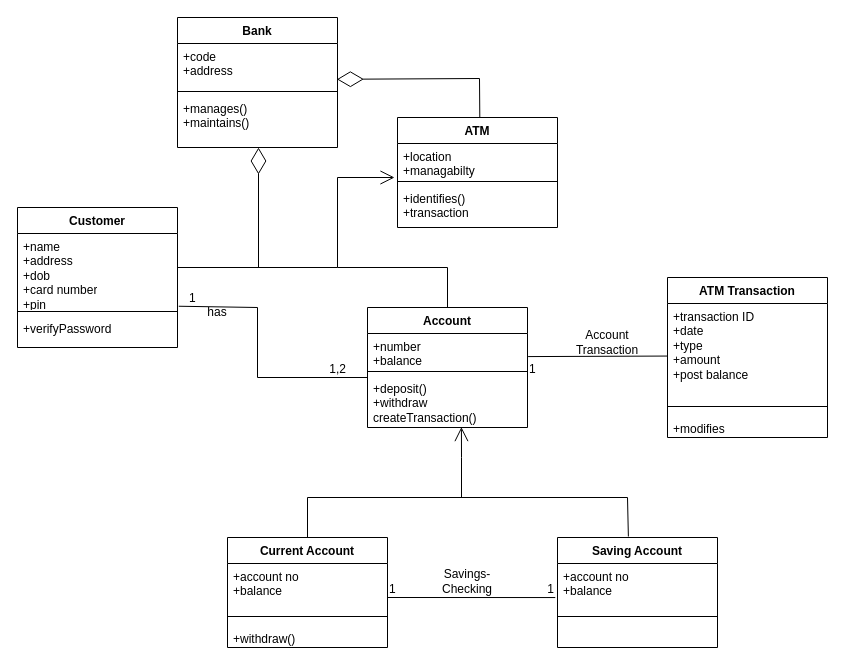
This is Untitled Diagram.drawio from DivyumKinger/12Cards, a draw.io file, before an edit. Source tidied: cells renumbered, new cells numbered last; positions are measured from the earlier drawing's top-left corner, leaving out a move shared by most shapes. Both pictures are drawn from the tidied source at 100%, with x=0, y=0 at pixel (17, 17).
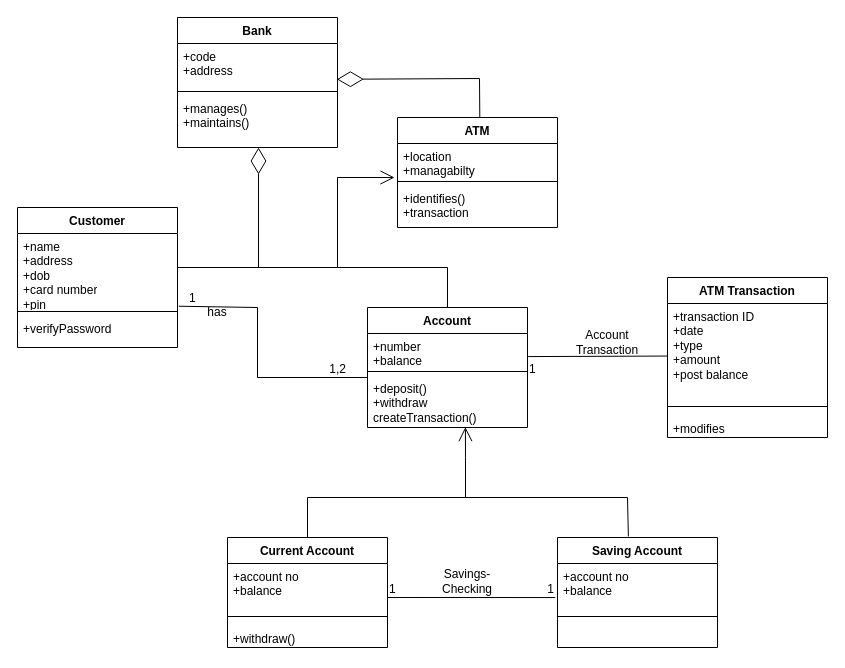
After the change.

Unchanged cells that the change refers to:
```xml
<mxCell id="20" value="+deposit()&lt;div&gt;+withdraw&lt;/div&gt;&lt;div&gt;createTransaction()&lt;/div&gt;" style="text;strokeColor=none;fillColor=none;align=left;verticalAlign=top;spacingLeft=4;spacingRight=4;overflow=hidden;points=[[0,0.5],[1,0.5]];portConstraint=eastwest;whiteSpace=wrap;html=1;" parent="17" vertex="1">
  <mxGeometry y="68" width="160" height="52" as="geometry" />
</mxCell>
```

Diff of the diagram source:
```diff
@@
-    <mxCell id="41" style="endArrow=open;endFill=1;endSize=12;html=1;rounded=0;entryX=0.587;entryY=0.992;entryDx=0;entryDy=0;entryPerimeter=0;" parent="1" edge="1" target="20">
+    <mxCell id="41" style="endArrow=open;endFill=1;endSize=12;html=1;rounded=0;entryX=0.587;entryY=0.992;entryDx=0;entryDy=0;entryPerimeter=0;" parent="1" edge="1">
       <mxGeometry relative="1" as="geometry">
-        <mxPoint x="470" y="480" as="sourcePoint" />
+        <mxPoint x="474" y="480" as="sourcePoint" />
+        <mxPoint x="447.9" y="409.6" as="targetPoint" />
         <Array as="points">
-          <mxPoint x="444" y="480" />
-          <mxPoint x="444" y="440" />
+          <mxPoint x="448" y="480" />
+          <mxPoint x="448" y="440" />
         </Array>
       </mxGeometry>
     </mxCell>
```
